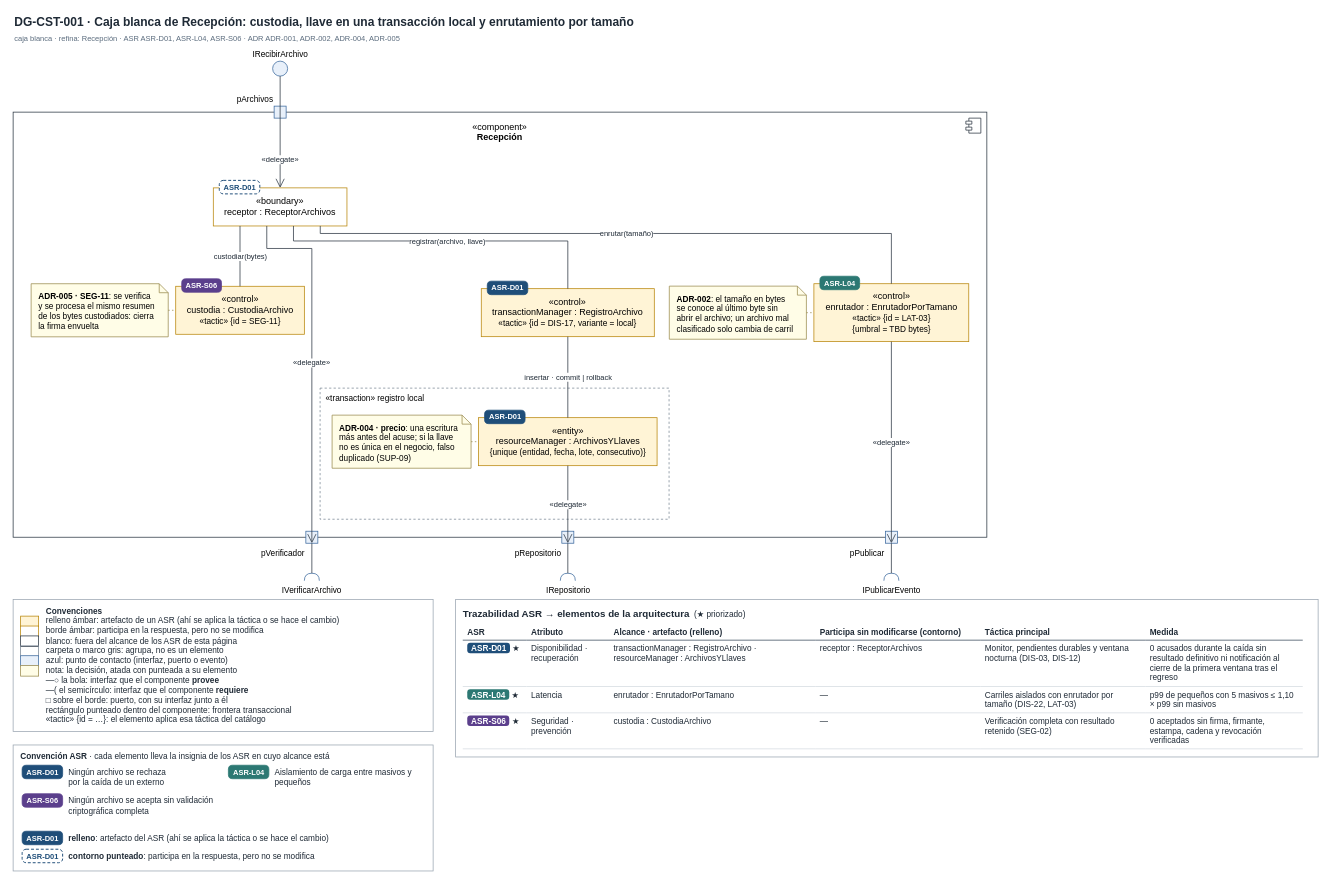
Above: page "DG-CST-001 · Recepción (caja blanca)" (2 of 4) of docs/modelos/drawio/vista-componentes.drawio in MATI-MBIT/arqsoft-reto-4 (draw.io), before the change. Source tidied: cells renumbered, new cells numbered last; positions are measured from the earlier drawing's top-left corner, leaving out a move shared by most shapes. Both pictures are drawn from the tidied source at 75%, with x=0, y=0 at pixel (13, 13).
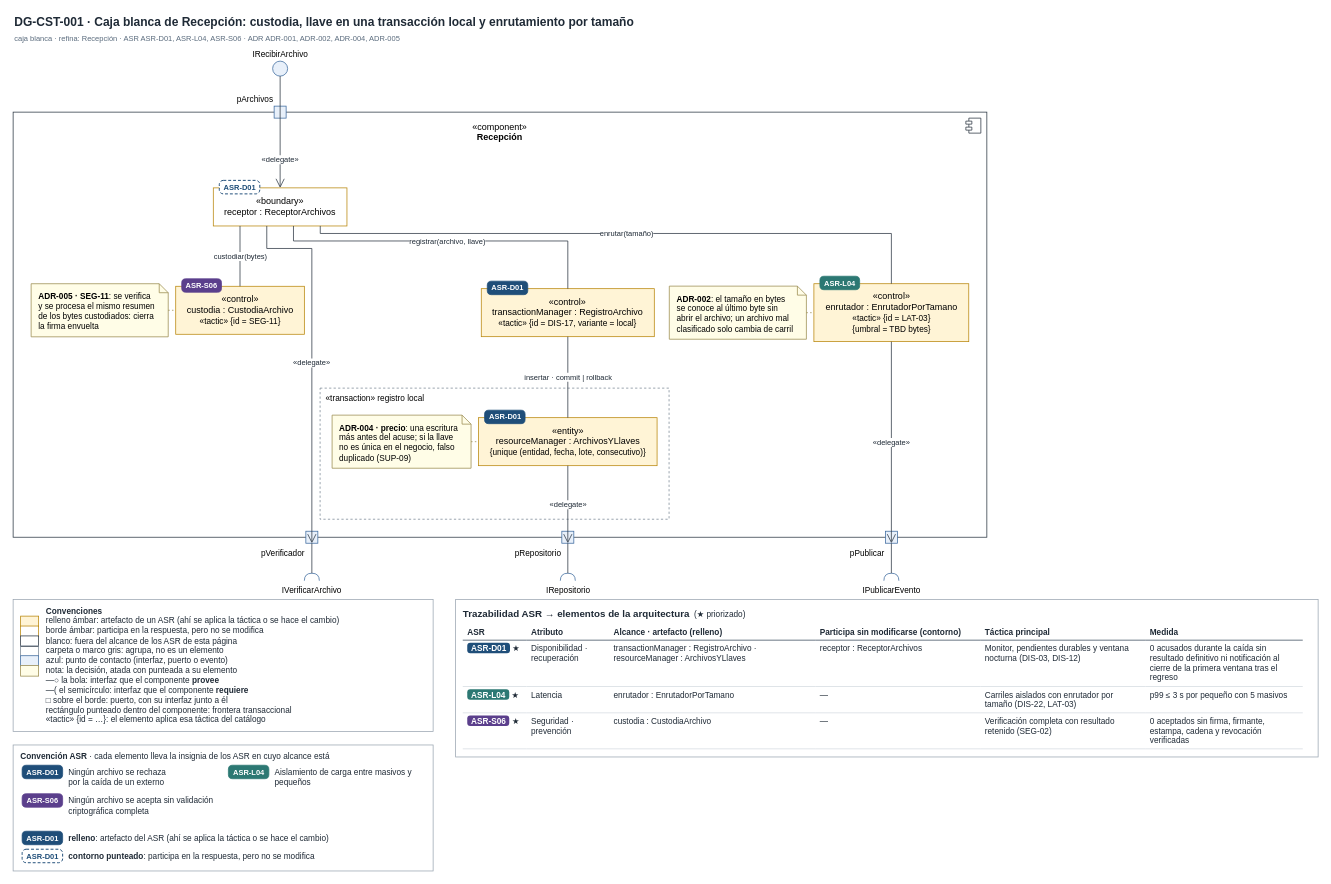
The same diagram, later.

Commit message (it also covers changes not shown here):
L04: medida directa p99 ≤ 3 s por archivo pequeño con 5 masivos

Change to the diagram source:
```diff
@@
-    <mxCell id="61" value="&lt;b style=&quot;font-size:13px&quot;&gt;Trazabilidad ASR → elementos de la arquitectura&lt;/b&gt; &amp;nbsp;(★ priorizado)&lt;table style=&quot;border-collapse:collapse;table-layout:fixed;width:1120px;margin-top:6px;font-size:11px&quot;&gt;&lt;tr&gt;&lt;th style=&quot;border-bottom:1.5px solid #3B4B5C;text-align:left;padding:4px 6px;width:73px&quot;&gt;ASR&lt;/th&gt;&lt;th style=&quot;border-bottom:1.5px solid #3B4B5C;text-align:left;padding:4px 6px;width:98px&quot;&gt;Atributo&lt;/th&gt;&lt;th style=&quot;border-bottom:1.5px solid #3B4B5C;text-align:left;padding:4px 6px;width:263px&quot;&gt;Alcance · artefacto (relleno)&lt;/th&gt;&lt;th style=&quot;border-bottom:1.5px solid #3B4B5C;text-align:left;padding:4px 6px;width:208px&quot;&gt;Participa sin modificarse (contorno)&lt;/th&gt;&lt;th style=&quot;border-bottom:1.5px solid #3B4B5C;text-align:left;padding:4px 6px;width:208px&quot;&gt;Táctica principal&lt;/th&gt;&lt;th style=&quot;border-bottom:1.5px solid #3B4B5C;text-align:left;padding:4px 6px;width:198px&quot;&gt;Medida&lt;/th&gt;&lt;/tr&gt;&lt;tr&gt;&lt;td style=&quot;border-bottom:1px solid #D5DBE1;padding:4px 6px;vertical-align:top;white-space:nowrap&quot;&gt;&lt;span style=&quot;background:#1F4E79;color:#fff;font-weight:bold;padding:1px 5px;border-radius:4px&quot;&gt;ASR-D01&lt;/span&gt; ★&lt;/td&gt;&lt;td style=&quot;border-bottom:1px solid #D5DBE1;padding:4px 6px;vertical-align:top&quot;&gt;Disponibilidad · recuperación&lt;/td&gt;&lt;td style=&quot;border-bottom:1px solid #D5DBE1;padding:4px 6px;vertical-align:top&quot;&gt;transactionManager : RegistroArchivo · resourceManager : ArchivosYLlaves&lt;/td&gt;&lt;td style=&quot;border-bottom:1px solid #D5DBE1;padding:4px 6px;vertical-align:top&quot;&gt;receptor : ReceptorArchivos&lt;/td&gt;&lt;td style=&quot;border-bottom:1px solid #D5DBE1;padding:4px 6px;vertical-align:top&quot;&gt;Monitor, pendientes durables y ventana nocturna (DIS-03, DIS-12)&lt;/td&gt;&lt;td style=&quot;border-bottom:1px solid #D5DBE1;padding:4px 6px;vertical-align:top&quot;&gt;0 acusados durante la caída sin resultado definitivo ni notificación al cierre de la primera ventana tras el regreso&lt;/td&gt;&lt;/tr&gt;&lt;tr&gt;&lt;td style=&quot;border-bottom:1px solid #D5DBE1;padding:4px 6px;vertical-align:top;white-space:nowrap&quot;&gt;&lt;span style=&quot;background:#2C7873;color:#fff;font-weight:bold;padding:1px 5px;border-radius:4px&quot;&gt;ASR-L04&lt;/span&gt; ★&lt;/td&gt;&lt;td style=&quot;border-bottom:1px solid #D5DBE1;padding:4px 6px;vertical-align:top&quot;&gt;Latencia&lt;/td&gt;&lt;td style=&quot;border-bottom:1px solid #D5DBE1;padding:4px 6px;vertical-align:top&quot;&gt;enrutador : EnrutadorPorTamano&lt;/td&gt;&lt;td style=&quot;border-bottom:1px solid #D5DBE1;padding:4px 6px;vertical-align:top&quot;&gt;—&lt;/td&gt;&lt;td style=&quot;border-bottom:1px solid #D5DBE1;padding:4px 6px;vertical-align:top&quot;&gt;Carriles aislados con enrutador por tamaño (DIS-22, LAT-03)&lt;/td&gt;&lt;td style=&quot;border-bottom:1px solid #D5DBE1;padding:4px 6px;vertical-align:top&quot;&gt;p99 de pequeños con 5 masivos ≤ 1,10 × p99 sin masivos&lt;/td&gt;&lt;/tr&gt;&lt;tr&gt;&lt;td style=&quot;border-bottom:1px solid #D5DBE1;padding:4px 6px;vertical-align:top;white-space:nowrap&quot;&gt;&lt;span style=&quot;background:#5B3F8C;color:#fff;font-weight:bold;padding:1px 5px;border-radius:4px&quot;&gt;ASR-S06&lt;/span&gt; ★&lt;/td&gt;&lt;td style=&quot;border-bottom:1px solid #D5DBE1;padding:4px 6px;vertical-align:top&quot;&gt;Seguridad · prevención&lt;/td&gt;&lt;td style=&quot;border-bottom:1px solid #D5DBE1;padding:4px 6px;vertical-align:top&quot;&gt;custodia : CustodiaArchivo&lt;/td&gt;&lt;td style=&quot;border-bottom:1px solid #D5DBE1;padding:4px 6px;vertical-align:top&quot;&gt;—&lt;/td&gt;&lt;td style=&quot;border-bottom:1px solid #D5DBE1;padding:4px 6px;vertical-align:top&quot;&gt;Verificación completa con resultado retenido (SEG-02)&lt;/td&gt;&lt;td style=&quot;border-bottom:1px solid #D5DBE1;padding:4px 6px;vertical-align:top&quot;&gt;0 aceptados sin firma, firmante, estampa, cadena y revocación verificadas&lt;/td&gt;&lt;/tr&gt;&lt;/table&gt;" style="text;rounded=0;whiteSpace=wrap;html=1;fillColor=#FFFFFF;strokeColor=#9AA5B1;align=left;verticalAlign=top;spacingLeft=8;spacingRight=8;spacingTop=4;fontFamily=Helvetica;fontSize=11;fontColor=#1F2A36;" parent="1" vertex="1">
+    <mxCell id="61" value="&lt;b style=&quot;font-size:13px&quot;&gt;Trazabilidad ASR → elementos de la arquitectura&lt;/b&gt; &amp;nbsp;(★ priorizado)&lt;table style=&quot;border-collapse:collapse;table-layout:fixed;width:1120px;margin-top:6px;font-size:11px&quot;&gt;&lt;tr&gt;&lt;th style=&quot;border-bottom:1.5px solid #3B4B5C;text-align:left;padding:4px 6px;width:73px&quot;&gt;ASR&lt;/th&gt;&lt;th style=&quot;border-bottom:1.5px solid #3B4B5C;text-align:left;padding:4px 6px;width:98px&quot;&gt;Atributo&lt;/th&gt;&lt;th style=&quot;border-bottom:1.5px solid #3B4B5C;text-align:left;padding:4px 6px;width:263px&quot;&gt;Alcance · artefacto (relleno)&lt;/th&gt;&lt;th style=&quot;border-bottom:1.5px solid #3B4B5C;text-align:left;padding:4px 6px;width:208px&quot;&gt;Participa sin modificarse (contorno)&lt;/th&gt;&lt;th style=&quot;border-bottom:1.5px solid #3B4B5C;text-align:left;padding:4px 6px;width:208px&quot;&gt;Táctica principal&lt;/th&gt;&lt;th style=&quot;border-bottom:1.5px solid #3B4B5C;text-align:left;padding:4px 6px;width:198px&quot;&gt;Medida&lt;/th&gt;&lt;/tr&gt;&lt;tr&gt;&lt;td style=&quot;border-bottom:1px solid #D5DBE1;padding:4px 6px;vertical-align:top;white-space:nowrap&quot;&gt;&lt;span style=&quot;background:#1F4E79;color:#fff;font-weight:bold;padding:1px 5px;border-radius:4px&quot;&gt;ASR-D01&lt;/span&gt; ★&lt;/td&gt;&lt;td style=&quot;border-bottom:1px solid #D5DBE1;padding:4px 6px;vertical-align:top&quot;&gt;Disponibilidad · recuperación&lt;/td&gt;&lt;td style=&quot;border-bottom:1px solid #D5DBE1;padding:4px 6px;vertical-align:top&quot;&gt;transactionManager : RegistroArchivo · resourceManager : ArchivosYLlaves&lt;/td&gt;&lt;td style=&quot;border-bottom:1px solid #D5DBE1;padding:4px 6px;vertical-align:top&quot;&gt;receptor : ReceptorArchivos&lt;/td&gt;&lt;td style=&quot;border-bottom:1px solid #D5DBE1;padding:4px 6px;vertical-align:top&quot;&gt;Monitor, pendientes durables y ventana nocturna (DIS-03, DIS-12)&lt;/td&gt;&lt;td style=&quot;border-bottom:1px solid #D5DBE1;padding:4px 6px;vertical-align:top&quot;&gt;0 acusados durante la caída sin resultado definitivo ni notificación al cierre de la primera ventana tras el regreso&lt;/td&gt;&lt;/tr&gt;&lt;tr&gt;&lt;td style=&quot;border-bottom:1px solid #D5DBE1;padding:4px 6px;vertical-align:top;white-space:nowrap&quot;&gt;&lt;span style=&quot;background:#2C7873;color:#fff;font-weight:bold;padding:1px 5px;border-radius:4px&quot;&gt;ASR-L04&lt;/span&gt; ★&lt;/td&gt;&lt;td style=&quot;border-bottom:1px solid #D5DBE1;padding:4px 6px;vertical-align:top&quot;&gt;Latencia&lt;/td&gt;&lt;td style=&quot;border-bottom:1px solid #D5DBE1;padding:4px 6px;vertical-align:top&quot;&gt;enrutador : EnrutadorPorTamano&lt;/td&gt;&lt;td style=&quot;border-bottom:1px solid #D5DBE1;padding:4px 6px;vertical-align:top&quot;&gt;—&lt;/td&gt;&lt;td style=&quot;border-bottom:1px solid #D5DBE1;padding:4px 6px;vertical-align:top&quot;&gt;Carriles aislados con enrutador por tamaño (DIS-22, LAT-03)&lt;/td&gt;&lt;td style=&quot;border-bottom:1px solid #D5DBE1;padding:4px 6px;vertical-align:top&quot;&gt;p99 ≤ 3 s por pequeño con 5 masivos&lt;/td&gt;&lt;/tr&gt;&lt;tr&gt;&lt;td style=&quot;border-bottom:1px solid #D5DBE1;padding:4px 6px;vertical-align:top;white-space:nowrap&quot;&gt;&lt;span style=&quot;background:#5B3F8C;color:#fff;font-weight:bold;padding:1px 5px;border-radius:4px&quot;&gt;ASR-S06&lt;/span&gt; ★&lt;/td&gt;&lt;td style=&quot;border-bottom:1px solid #D5DBE1;padding:4px 6px;vertical-align:top&quot;&gt;Seguridad · prevención&lt;/td&gt;&lt;td style=&quot;border-bottom:1px solid #D5DBE1;padding:4px 6px;vertical-align:top&quot;&gt;custodia : CustodiaArchivo&lt;/td&gt;&lt;td style=&quot;border-bottom:1px solid #D5DBE1;padding:4px 6px;vertical-align:top&quot;&gt;—&lt;/td&gt;&lt;td style=&quot;border-bottom:1px solid #D5DBE1;padding:4px 6px;vertical-align:top&quot;&gt;Verificación completa con resultado retenido (SEG-02)&lt;/td&gt;&lt;td style=&quot;border-bottom:1px solid #D5DBE1;padding:4px 6px;vertical-align:top&quot;&gt;0 aceptados sin firma, firmante, estampa, cadena y revocación verificadas&lt;/td&gt;&lt;/tr&gt;&lt;/table&gt;" style="text;rounded=0;whiteSpace=wrap;html=1;fillColor=#FFFFFF;strokeColor=#9AA5B1;align=left;verticalAlign=top;spacingLeft=8;spacingRight=8;spacingTop=4;fontFamily=Helvetica;fontSize=11;fontColor=#1F2A36;" parent="1" vertex="1">
       <mxGeometry x="590" y="781.8" width="1150" height="210" as="geometry" />
     </mxCell>
```
